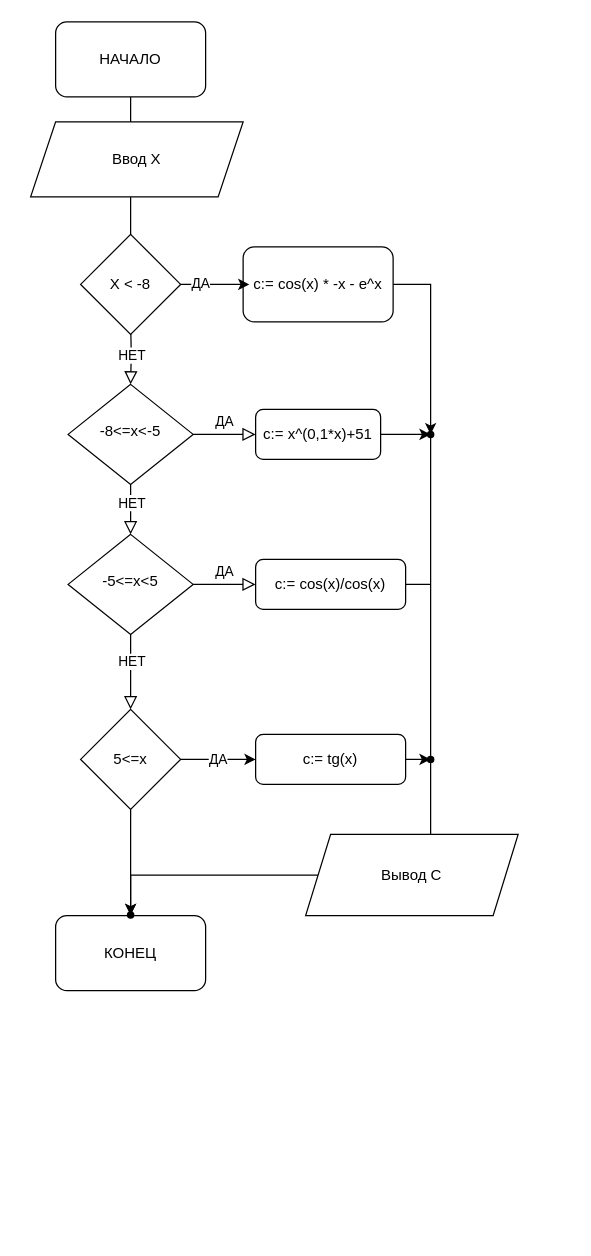
Earlier version of the draw.io diagram Схема алгоритма.drawio (spl137/KR_1). Source tidied: cells renumbered, new cells numbered last; positions are measured from the earlier drawing's top-left corner, leaving out a move shared by most shapes. Both pictures are drawn from the tidied source at 125%, with x=0, y=0 at pixel (30, 21).
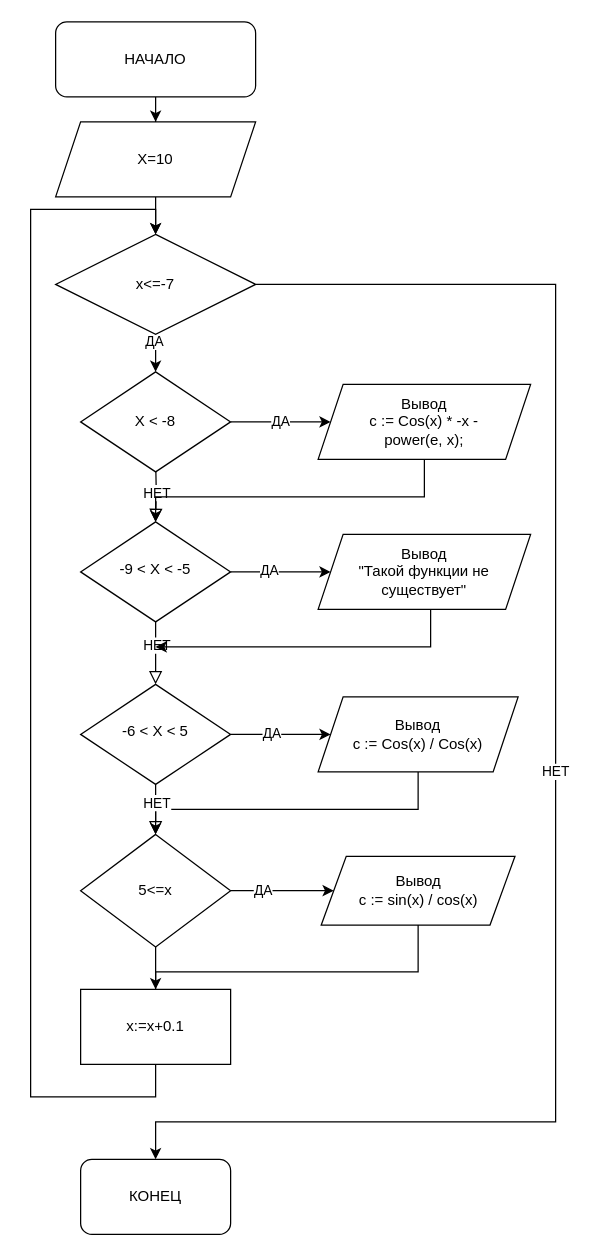
The same page after the edit.

Change to the diagram source:
```diff
@@
     <mxCell id="2" style="rounded=0;html=1;jettySize=auto;fontSize=11;endArrow=block;endFill=0;endSize=8;strokeWidth=1;shadow=0;labelBackgroundColor=none;edgeStyle=orthogonalEdgeStyle;" parent="1" edge="1" target="7">
       <mxGeometry relative="1" as="geometry">
-        <mxPoint x="80" y="240" as="sourcePoint" />
+        <mxPoint x="100" y="350" as="sourcePoint" />
       </mxGeometry>
     </mxCell>
@@
-    <mxCell id="6" value="ДА" style="edgeStyle=orthogonalEdgeStyle;rounded=0;html=1;jettySize=auto;fontSize=11;endArrow=block;endFill=0;endSize=8;strokeWidth=1;shadow=0;labelBackgroundColor=none;" parent="1" edge="1" source="7" target="10">
-      <mxGeometry y="10" relative="1" as="geometry" />
-    </mxCell>
+    <mxCell id="36" style="edgeStyle=orthogonalEdgeStyle;rounded=0;jettySize=auto;html=1;" parent="1" edge="1" source="7" target="56">
+      <mxGeometry relative="1" as="geometry" />
+    </mxCell>
+    <mxCell id="37" value="ДА" style="edgeLabel;html=1;align=center;verticalAlign=middle;" parent="36" vertex="1">
+      <mxGeometry x="-0.25" y="2" relative="1" as="geometry" />
+    </mxCell>
-    <mxCell id="7" value="-8&amp;lt;=x&amp;lt;-5" style="rhombus;whiteSpace=wrap;html=1;shadow=0;fontFamily=Helvetica;fontSize=12;align=center;strokeWidth=1;spacing=6;spacingTop=-4;" parent="1" vertex="1">
-      <mxGeometry x="30" y="290" width="100" height="80" as="geometry" />
+    <mxCell id="7" value="-9 &amp;lt; Х &amp;lt; -5" style="rhombus;whiteSpace=wrap;html=1;shadow=0;fontFamily=Helvetica;fontSize=12;align=center;strokeWidth=1;spacing=6;spacingTop=-4;" parent="1" vertex="1">
+      <mxGeometry x="40" y="400" width="120" height="80" as="geometry" />
     </mxCell>
-    <mxCell id="8" style="edgeStyle=orthogonalEdgeStyle;rounded=0;jettySize=auto;html=1;" parent="1" edge="1" source="31">
-      <mxGeometry relative="1" as="geometry">
-        <mxPoint x="320" y="715" as="targetPoint" />
-      </mxGeometry>
-    </mxCell>
-    <mxCell id="9" style="edgeStyle=orthogonalEdgeStyle;rounded=0;jettySize=auto;html=1;" parent="1" edge="1" source="10" target="31">
-      <mxGeometry relative="1" as="geometry" />
-    </mxCell>
-    <mxCell id="10" value="с:= x^(0,1*x)+51" style="rounded=1;whiteSpace=wrap;html=1;fontSize=12;glass=0;strokeWidth=1;shadow=0;" parent="1" vertex="1">
-      <mxGeometry x="180" y="310" width="100" height="40" as="geometry" />
-    </mxCell>
-    <mxCell id="11" value="ДА" style="edgeStyle=orthogonalEdgeStyle;rounded=0;html=1;jettySize=auto;fontSize=11;endArrow=block;endFill=0;endSize=8;strokeWidth=1;shadow=0;labelBackgroundColor=none;" parent="1" edge="1" source="12" target="13">
-      <mxGeometry y="10" relative="1" as="geometry" />
-    </mxCell>
+    <mxCell id="38" style="edgeStyle=orthogonalEdgeStyle;rounded=0;orthogonalLoop=1;jettySize=auto;html=1;exitX=0.5;exitY=1;exitDx=0;exitDy=0;" parent="1" edge="1">
+      <mxGeometry relative="1" as="geometry">
+        <mxPoint x="320" y="460" as="sourcePoint" />
+        <mxPoint x="100" y="500" as="targetPoint" />
+        <Array as="points">
+          <mxPoint x="320" y="500" />
+        </Array>
+      </mxGeometry>
+    </mxCell>
+    <mxCell id="39" style="edgeStyle=orthogonalEdgeStyle;rounded=0;jettySize=auto;html=1;" parent="1" edge="1" source="12" target="57">
+      <mxGeometry relative="1" as="geometry" />
+    </mxCell>
+    <mxCell id="40" value="ДА" style="edgeLabel;html=1;align=center;verticalAlign=middle;" parent="39" vertex="1">
+      <mxGeometry x="-0.19" y="2" relative="1" as="geometry" />
+    </mxCell>
-    <mxCell id="12" value="-5&amp;lt;=x&amp;lt;5" style="rhombus;whiteSpace=wrap;html=1;shadow=0;fontFamily=Helvetica;fontSize=12;align=center;strokeWidth=1;spacing=6;spacingTop=-4;" parent="1" vertex="1">
-      <mxGeometry x="30" y="410" width="100" height="80" as="geometry" />
+    <mxCell id="12" value="-6 &amp;lt; Х &amp;lt; 5" style="rhombus;whiteSpace=wrap;html=1;shadow=0;fontFamily=Helvetica;fontSize=12;align=center;strokeWidth=1;spacing=6;spacingTop=-4;" parent="1" vertex="1">
+      <mxGeometry x="40" y="530" width="120" height="80" as="geometry" />
     </mxCell>
-    <mxCell id="13" value="с:= cos(x)/cos(x)" style="rounded=1;whiteSpace=wrap;html=1;fontSize=12;glass=0;strokeWidth=1;shadow=0;" parent="1" vertex="1">
-      <mxGeometry x="180" y="430" width="120" height="40" as="geometry" />
-    </mxCell>
-    <mxCell id="14" style="edgeStyle=orthogonalEdgeStyle;rounded=0;jettySize=auto;html=1;" parent="1" edge="1" source="15" target="31">
-      <mxGeometry relative="1" as="geometry" />
-    </mxCell>
-    <mxCell id="15" value="c:= cos(x) * -x - e^x" style="whiteSpace=wrap;html=1;rounded=1;glass=0;strokeWidth=1;shadow=0;" parent="1" vertex="1">
-      <mxGeometry x="170" y="180" width="120" height="60" as="geometry" />
-    </mxCell>
+    <mxCell id="41" style="edgeStyle=orthogonalEdgeStyle;rounded=0;orthogonalLoop=1;jettySize=auto;html=1;exitX=0.5;exitY=1;exitDx=0;exitDy=0;entryX=0.5;entryY=0;entryDx=0;entryDy=0;" parent="1" edge="1">
+      <mxGeometry relative="1" as="geometry">
+        <mxPoint x="260" y="590" as="sourcePoint" />
+        <mxPoint x="100" y="650" as="targetPoint" />
+        <Array as="points">
+          <mxPoint x="310" y="591" />
+          <mxPoint x="310" y="630" />
+          <mxPoint x="100" y="630" />
+        </Array>
+      </mxGeometry>
+    </mxCell>
-    <mxCell id="16" style="rounded=0;html=1;jettySize=auto;fontSize=11;endArrow=block;endFill=0;endSize=8;strokeWidth=1;shadow=0;labelBackgroundColor=none;edgeStyle=orthogonalEdgeStyle;" parent="1" edge="1" source="12" target="19">
-      <mxGeometry x="0.33" y="20" relative="1" as="geometry" />
+    <mxCell id="16" style="rounded=0;html=1;jettySize=auto;fontSize=11;endArrow=block;endFill=0;endSize=8;strokeWidth=1;shadow=0;labelBackgroundColor=none;edgeStyle=orthogonalEdgeStyle;" parent="1" edge="1" source="12">
+      <mxGeometry x="0.33" y="20" relative="1" as="geometry">
+        <mxPoint x="100" y="650" as="targetPoint" />
+      </mxGeometry>
     </mxCell>
@@
-    <mxCell id="18" value="ДА" style="edgeStyle=orthogonalEdgeStyle;rounded=0;jettySize=auto;html=1;" parent="1" edge="1" source="19" target="21">
-      <mxGeometry relative="1" as="geometry" />
-    </mxCell>
+    <mxCell id="42" style="edgeStyle=orthogonalEdgeStyle;rounded=0;jettySize=auto;html=1;exitX=0.5;exitY=1;exitDx=0;exitDy=0;entryX=0.5;entryY=0;entryDx=0;entryDy=0;" parent="1" edge="1" source="19" target="55">
+      <mxGeometry relative="1" as="geometry" />
+    </mxCell>
+    <mxCell id="43" style="edgeStyle=orthogonalEdgeStyle;rounded=0;jettySize=auto;html=1;" parent="1" edge="1" source="19" target="58">
+      <mxGeometry relative="1" as="geometry" />
+    </mxCell>
+    <mxCell id="44" value="ДА" style="edgeLabel;html=1;align=center;verticalAlign=middle;" parent="43" vertex="1">
+      <mxGeometry x="-0.39" y="1" relative="1" as="geometry" />
+    </mxCell>
     <mxCell id="19" value="5&amp;lt;=x" style="rhombus;whiteSpace=wrap;html=1;" parent="1" vertex="1">
-      <mxGeometry x="40" y="550" width="80" height="80" as="geometry" />
+      <mxGeometry x="40" y="650" width="120" height="90" as="geometry" />
     </mxCell>
-    <mxCell id="20" style="edgeStyle=orthogonalEdgeStyle;rounded=0;jettySize=auto;html=1;" parent="1" edge="1" source="21" target="32">
-      <mxGeometry relative="1" as="geometry" />
-    </mxCell>
-    <mxCell id="21" value="с:= tg(x)" style="rounded=1;whiteSpace=wrap;html=1;" parent="1" vertex="1">
-      <mxGeometry x="180" y="570" width="120" height="40" as="geometry" />
-    </mxCell>
+    <mxCell id="45" style="edgeStyle=orthogonalEdgeStyle;rounded=0;jettySize=auto;html=1;entryX=1;entryY=0.75;entryDx=0;entryDy=0;" parent="1" edge="1" target="55">
+      <mxGeometry relative="1" as="geometry">
+        <mxPoint x="260" y="720" as="sourcePoint" />
+        <Array as="points">
+          <mxPoint x="310" y="720" />
+          <mxPoint x="310" y="760" />
+          <mxPoint x="100" y="760" />
+          <mxPoint x="100" y="819" />
+        </Array>
+      </mxGeometry>
+    </mxCell>
-    <mxCell id="22" style="edgeStyle=orthogonalEdgeStyle;rounded=0;jettySize=auto;html=1;" parent="1" edge="1" source="23">
-      <mxGeometry relative="1" as="geometry">
-        <mxPoint x="80" y="200" as="targetPoint" />
-      </mxGeometry>
+    <mxCell id="22" style="edgeStyle=orthogonalEdgeStyle;rounded=0;jettySize=auto;html=1;" parent="1" edge="1" source="23" target="28">
+      <mxGeometry relative="1" as="geometry" />
     </mxCell>
     <mxCell id="23" value="НАЧАЛО" style="rounded=1;whiteSpace=wrap;html=1;" parent="1" vertex="1">
-      <mxGeometry x="20" width="120" height="60" as="geometry" />
+      <mxGeometry x="20" width="160" height="60" as="geometry" />
     </mxCell>
     <mxCell id="24" value="КОНЕЦ" style="rounded=1;whiteSpace=wrap;html=1;" parent="1" vertex="1">
-      <mxGeometry x="20" y="715" width="120" height="60" as="geometry" />
+      <mxGeometry x="40" y="910" width="120" height="60" as="geometry" />
     </mxCell>
-    <mxCell id="25" style="edgeStyle=orthogonalEdgeStyle;rounded=0;jettySize=auto;html=1;" parent="1" edge="1" source="27">
-      <mxGeometry relative="1" as="geometry">
-        <mxPoint x="175" y="210" as="targetPoint" />
-      </mxGeometry>
-    </mxCell>
-    <mxCell id="26" value="ДА" style="edgeLabel;html=1;align=center;verticalAlign=middle;" parent="25" vertex="1">
-      <mxGeometry x="-0.45" y="2" relative="1" as="geometry" />
-    </mxCell>
+    <mxCell id="18" value="ДА" style="edgeStyle=orthogonalEdgeStyle;rounded=0;jettySize=auto;html=1;" parent="1" edge="1" source="27" target="49">
+      <mxGeometry relative="1" as="geometry" />
+    </mxCell>
     <mxCell id="27" value="Х &amp;lt; -8" style="rhombus;whiteSpace=wrap;html=1;" parent="1" vertex="1">
-      <mxGeometry x="40" y="170" width="80" height="80" as="geometry" />
+      <mxGeometry x="40" y="280" width="120" height="80" as="geometry" />
     </mxCell>
+    <mxCell id="46" style="edgeStyle=orthogonalEdgeStyle;rounded=0;jettySize=auto;html=1;" parent="1" edge="1" source="28" target="53">
+      <mxGeometry relative="1" as="geometry" />
+    </mxCell>
-    <mxCell id="28" value="Ввод Х" style="shape=parallelogram;perimeter=parallelogramPerimeter;whiteSpace=wrap;html=1;fixedSize=1;" parent="1" vertex="1">
-      <mxGeometry y="80" width="170" height="60" as="geometry" />
+    <mxCell id="28" value="Х=10" style="shape=parallelogram;perimeter=parallelogramPerimeter;whiteSpace=wrap;html=1;fixedSize=1;" parent="1" vertex="1">
+      <mxGeometry x="20" y="80" width="160" height="60" as="geometry" />
     </mxCell>
-    <mxCell id="29" style="edgeStyle=orthogonalEdgeStyle;rounded=0;jettySize=auto;html=1;" parent="1" edge="1" source="33" target="35">
-      <mxGeometry relative="1" as="geometry">
-        <Array as="points">
-          <mxPoint x="80" y="683" />
-        </Array>
-      </mxGeometry>
-    </mxCell>
-    <mxCell id="30" style="endArrow=none;html=1;rounded=0;exitX=1;exitY=0.5;exitDx=0;exitDy=0;" parent="1" edge="1" source="13">
-      <mxGeometry relative="1" as="geometry">
-        <mxPoint x="320" y="450" as="targetPoint" />
-      </mxGeometry>
-    </mxCell>
-    <mxCell id="31" style="shape=waypoint;sketch=0;size=6;points=[];fillColor=default;perimeter=centerPerimeter;snapToPoint=1;rounded=1;glass=0;strokeWidth=1;shadow=0;" parent="1" vertex="1">
-      <mxGeometry x="310" y="320" width="20" height="20" as="geometry" />
-    </mxCell>
-    <mxCell id="32" style="shape=waypoint;sketch=0;size=6;points=[];fillColor=default;perimeter=centerPerimeter;snapToPoint=1;rounded=1;" parent="1" vertex="1">
-      <mxGeometry x="310" y="580" width="20" height="20" as="geometry" />
-    </mxCell>
-    <mxCell id="33" value="Вывод С" style="shape=parallelogram;perimeter=parallelogramPerimeter;whiteSpace=wrap;html=1;fixedSize=1;" parent="1" vertex="1">
-      <mxGeometry x="220" y="650" width="170" height="65" as="geometry" />
-    </mxCell>
-    <mxCell id="34" style="edgeStyle=orthogonalEdgeStyle;rounded=0;jettySize=auto;html=1;" parent="1" edge="1" source="19" target="35">
-      <mxGeometry relative="1" as="geometry" />
-    </mxCell>
-    <mxCell id="35" style="shape=waypoint;sketch=0;size=6;points=[];fillColor=default;perimeter=centerPerimeter;snapToPoint=1;" parent="1" vertex="1">
-      <mxGeometry x="70" y="704.5" width="20" height="20" as="geometry" />
-    </mxCell>
+    <mxCell id="47" style="shape=waypoint;sketch=0;size=6;fillColor=default;perimeter=centerPerimeter;" parent="1" vertex="1">
+      <mxGeometry x="130" y="794" width="20" height="20" as="geometry" />
+    </mxCell>
+    <mxCell id="48" style="edgeStyle=orthogonalEdgeStyle;rounded=0;jettySize=auto;html=1;" parent="1" edge="1" source="49" target="7">
+      <mxGeometry relative="1" as="geometry">
+        <Array as="points">
+          <mxPoint x="315" y="380" />
+          <mxPoint x="100" y="380" />
+        </Array>
+      </mxGeometry>
+    </mxCell>
+    <mxCell id="49" value="Вывод&lt;br&gt;c := Cos(x) * -x -&lt;br/&gt;power(e, x);" style="shape=parallelogram;perimeter=parallelogramPerimeter;whiteSpace=wrap;html=1;fixedSize=1;" parent="1" vertex="1">
+      <mxGeometry x="230" y="290" width="170" height="60" as="geometry" />
+    </mxCell>
+    <mxCell id="50" style="edgeStyle=orthogonalEdgeStyle;rounded=0;jettySize=auto;html=1;entryX=0.5;entryY=0;entryDx=0;entryDy=0;" parent="1" edge="1" source="53" target="27">
+      <mxGeometry relative="1" as="geometry" />
+    </mxCell>
+    <mxCell id="51" value="ДА" style="edgeLabel;html=1;align=center;verticalAlign=middle;" parent="50" vertex="1">
+      <mxGeometry x="-0.78" y="-2" relative="1" as="geometry" />
+    </mxCell>
+    <mxCell id="52" value="НЕТ" style="edgeStyle=orthogonalEdgeStyle;rounded=0;jettySize=auto;html=1;entryX=0.5;entryY=0;entryDx=0;entryDy=0;" parent="1" edge="1" source="53" target="24">
+      <mxGeometry relative="1" as="geometry">
+        <Array as="points">
+          <mxPoint x="420" y="210" />
+          <mxPoint x="420" y="880" />
+          <mxPoint x="100" y="880" />
+        </Array>
+      </mxGeometry>
+    </mxCell>
+    <mxCell id="53" value="x&amp;lt;=-7" style="rhombus;whiteSpace=wrap;html=1;" parent="1" vertex="1">
+      <mxGeometry x="20" y="170" width="160" height="80" as="geometry" />
+    </mxCell>
+    <mxCell id="54" style="edgeStyle=orthogonalEdgeStyle;rounded=0;jettySize=auto;html=1;" parent="1" edge="1" source="55" target="53">
+      <mxGeometry relative="1" as="geometry">
+        <Array as="points">
+          <mxPoint x="100" y="860" />
+          <mxPoint y="860" />
+          <mxPoint y="150" />
+          <mxPoint x="100" y="150" />
+        </Array>
+      </mxGeometry>
+    </mxCell>
+    <mxCell id="55" value="x:=x+0.1" style="rounded=0;whiteSpace=wrap;html=1;" parent="1" vertex="1">
+      <mxGeometry x="40" y="774" width="120" height="60" as="geometry" />
+    </mxCell>
+    <mxCell id="56" value="Вывод&lt;br&gt;&quot;Такой функции не&lt;br&gt;существует&quot;" style="shape=parallelogram;perimeter=parallelogramPerimeter;whiteSpace=wrap;html=1;fixedSize=1;" parent="1" vertex="1">
+      <mxGeometry x="230" y="410" width="170" height="60" as="geometry" />
+    </mxCell>
+    <mxCell id="57" value="Вывод&lt;br&gt;c := Cos(x) / Cos(x)" style="shape=parallelogram;perimeter=parallelogramPerimeter;whiteSpace=wrap;html=1;fixedSize=1;" parent="1" vertex="1">
+      <mxGeometry x="230" y="540" width="160" height="60" as="geometry" />
+    </mxCell>
+    <mxCell id="58" value="Вывод&lt;br&gt;c := sin(x) / cos(x)" style="shape=parallelogram;perimeter=parallelogramPerimeter;whiteSpace=wrap;html=1;fixedSize=1;" parent="1" vertex="1">
+      <mxGeometry x="232.5" y="667.5" width="155" height="55" as="geometry" />
+    </mxCell>
```
